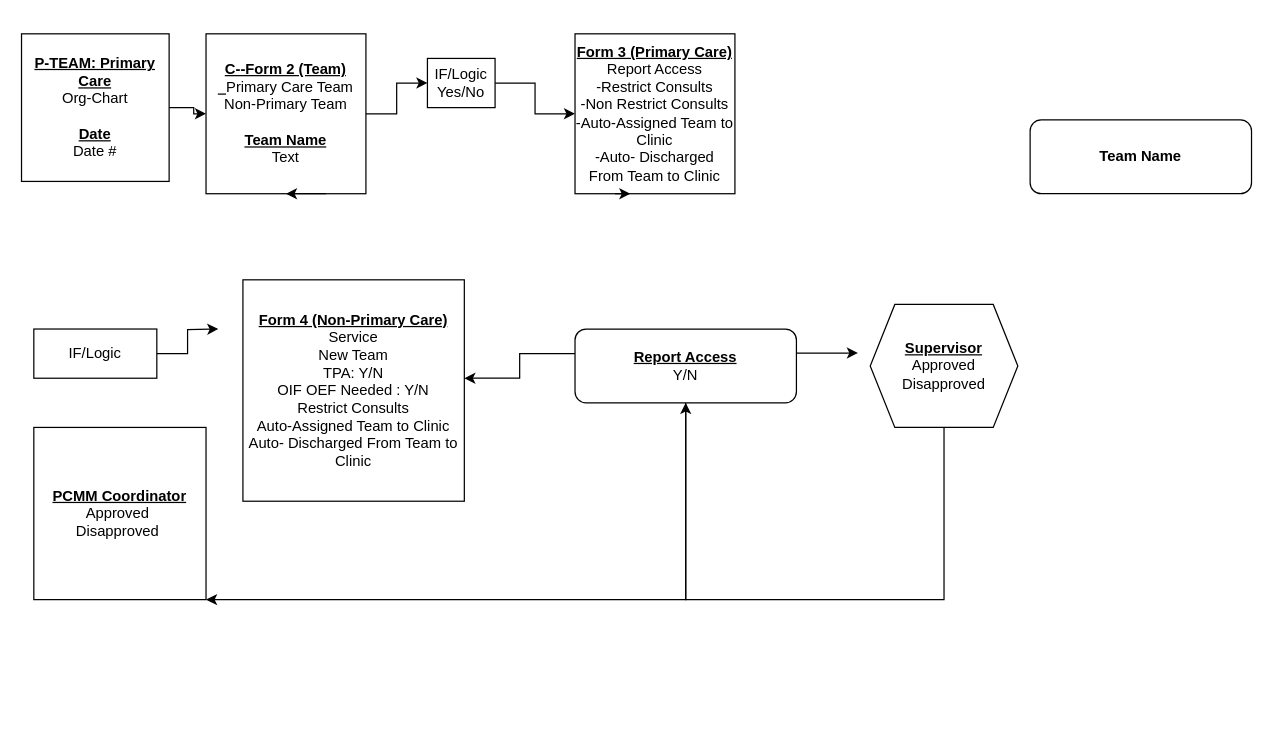
Earlier version of the draw.io diagram Copy of PCMM Basic LEAF DRAFT.drawio (Edward-Bailey1/PCMM). Source tidied: cells renumbered, new cells numbered last; positions are measured from the earlier drawing's top-left corner, leaving out a move shared by most shapes. Both pictures are drawn from the tidied source at 123%, with x=0, y=0 at pixel (21, 33).
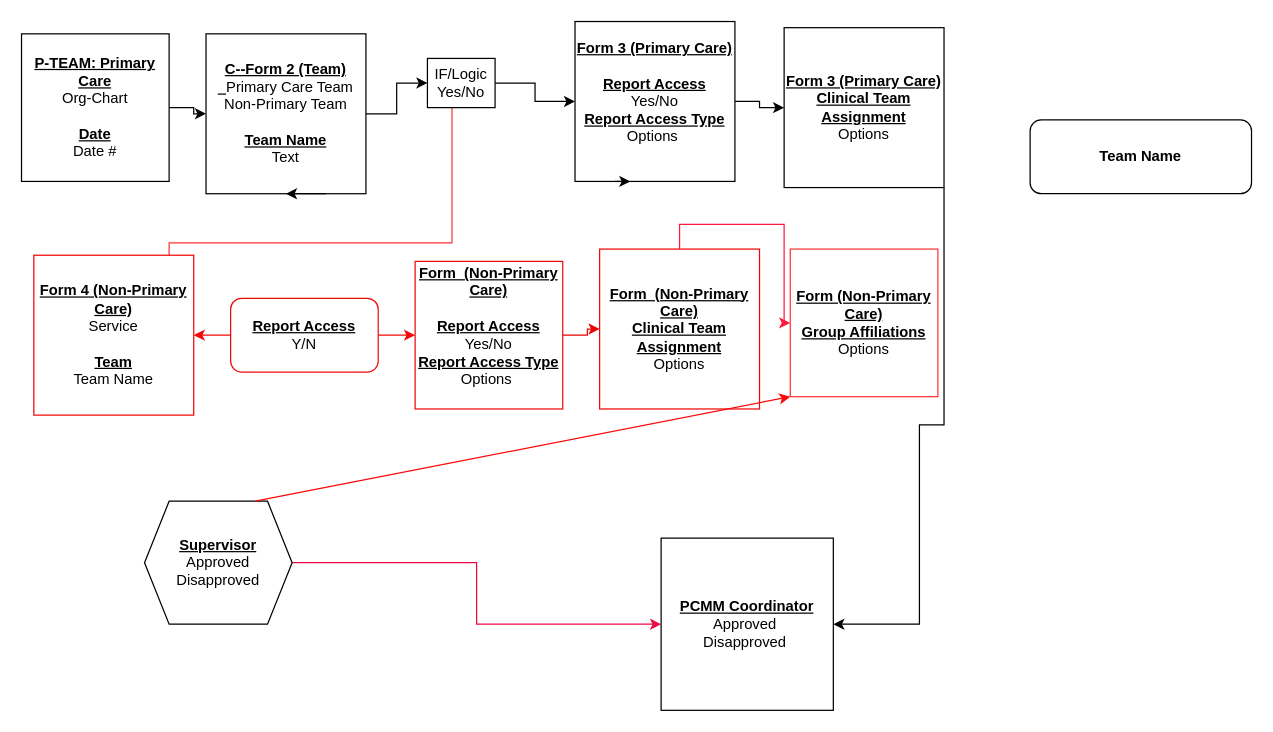
The same page after the edit.

Commit message:
Final Draft of PCMM Basic LEAF DRAFT.drawio

Change to the diagram source:
```diff
@@
+    <mxCell id="22" style="edgeStyle=orthogonalEdgeStyle;rounded=0;jettySize=auto;html=1;" parent="1" edge="1" source="6" target="26">
+      <mxGeometry relative="1" as="geometry" />
+    </mxCell>
-    <mxCell id="6" value="&lt;b style=&quot;text-decoration-line: underline;&quot;&gt;Form 3 (Primary Care)&lt;/b&gt;&lt;br&gt;Report Access&lt;br&gt;-Restrict Consults&lt;br&gt;-Non Restrict Consults&lt;br&gt;-Auto-Assigned Team to Clinic&lt;br&gt;-Auto- Discharged From Team to Clinic" style="whiteSpace=wrap;html=1;" parent="1" vertex="1">
-      <mxGeometry x="450" width="130" height="130" as="geometry" />
+    <mxCell id="6" value="&lt;b style=&quot;text-decoration-line: underline;&quot;&gt;Form 3 (Primary Care)&lt;br&gt;&lt;/b&gt;&lt;br&gt;&lt;b&gt;&lt;u&gt;Report Access&lt;/u&gt;&lt;/b&gt;&lt;br&gt;Yes/No&lt;br&gt;&lt;b style=&quot;text-decoration-line: underline;&quot;&gt;Report Access Type&lt;/b&gt;&lt;br&gt;Options&amp;nbsp;&lt;br&gt;&lt;u style=&quot;font-weight: bold;&quot;&gt;&lt;br&gt;&lt;/u&gt;" style="whiteSpace=wrap;html=1;" parent="1" vertex="1">
+      <mxGeometry x="450" y="-10" width="130" height="130" as="geometry" />
     </mxCell>
+    <mxCell id="23" style="edgeStyle=orthogonalEdgeStyle;rounded=0;orthogonalLoop=1;jettySize=auto;html=1;entryX=0.5;entryY=1;entryDx=0;entryDy=0;strokeColor=#FF3333;" parent="1" edge="1">
+      <mxGeometry relative="1" as="geometry">
+        <mxPoint x="120" y="180" as="sourcePoint" />
+        <mxPoint x="350" y="50" as="targetPoint" />
+        <Array as="points">
+          <mxPoint x="120" y="170" />
+          <mxPoint x="350" y="170" />
+        </Array>
+      </mxGeometry>
+    </mxCell>
-    <mxCell id="7" value="&lt;b style=&quot;text-decoration-line: underline;&quot;&gt;Form 4 (Non-Primary Care)&lt;br&gt;&lt;/b&gt;Service&lt;br&gt;New Team&lt;br&gt;TPA: Y/N&lt;br&gt;OIF OEF Needed : Y/N&lt;br&gt;Restrict Consults&lt;br&gt;Auto-Assigned Team to Clinic&lt;br style=&quot;border-color: var(--border-color);&quot;&gt;Auto- Discharged From Team to Clinic" style="whiteSpace=wrap;html=1;" parent="1" vertex="1">
-      <mxGeometry x="180" y="200" width="180" height="180" as="geometry" />
+    <mxCell id="7" value="&lt;b style=&quot;text-decoration-line: underline;&quot;&gt;Form 4 (Non-Primary Care)&lt;br&gt;&lt;/b&gt;Service&lt;br&gt;&lt;br&gt;&lt;b&gt;&lt;u&gt;Team&lt;/u&gt;&lt;/b&gt;&lt;br&gt;Team Name" style="whiteSpace=wrap;html=1;strokeColor=#f00505;" parent="1" vertex="1">
+      <mxGeometry x="10" y="180" width="130" height="130" as="geometry" />
     </mxCell>
-    <mxCell id="8" style="edgeStyle=orthogonalEdgeStyle;rounded=0;jettySize=auto;html=1;" parent="1" edge="1" source="9">
-      <mxGeometry relative="1" as="geometry">
-        <mxPoint x="160" y="240" as="targetPoint" />
-      </mxGeometry>
-    </mxCell>
-    <mxCell id="9" value="IF/Logic" style="rounded=0;whiteSpace=wrap;html=1;" parent="1" vertex="1">
-      <mxGeometry x="10" y="240" width="100" height="40" as="geometry" />
-    </mxCell>
-    <mxCell id="10" style="edgeStyle=orthogonalEdgeStyle;rounded=0;jettySize=auto;html=1;" parent="1" edge="1" source="21" target="7">
-      <mxGeometry relative="1" as="geometry">
-        <Array as="points">
-          <mxPoint x="405" y="260" />
-          <mxPoint x="405" y="280" />
-        </Array>
-      </mxGeometry>
-    </mxCell>
-    <mxCell id="11" style="edgeStyle=none;orthogonalLoop=1;jettySize=auto;html=1;rounded=0;" parent="1" edge="1">
-      <mxGeometry relative="1" as="geometry">
-        <mxPoint x="630" y="259.5" as="sourcePoint" />
-        <mxPoint x="680" y="259.5" as="targetPoint" />
-      </mxGeometry>
-    </mxCell>
-    <mxCell id="12" style="edgeStyle=orthogonalEdgeStyle;rounded=0;jettySize=auto;html=1;" parent="1" edge="1" source="21" target="14">
-      <mxGeometry relative="1" as="geometry">
-        <Array as="points">
-          <mxPoint x="100" y="460" />
-        </Array>
-      </mxGeometry>
-    </mxCell>
-    <mxCell id="13" value="&lt;u style=&quot;font-weight: bold;&quot;&gt;Supervisor&lt;/u&gt;&lt;br&gt;Approved&lt;br&gt;Disapproved" style="shape=hexagon;perimeter=hexagonPerimeter2;whiteSpace=wrap;html=1;fixedSize=1;" parent="1" vertex="1">
-      <mxGeometry x="690" y="220" width="120" height="100" as="geometry" />
-    </mxCell>
     <mxCell id="14" value="&lt;b style=&quot;text-decoration-line: underline;&quot;&gt;PCMM Coordinator&lt;/b&gt;&lt;br&gt;Approved&amp;nbsp;&lt;br&gt;Disapproved&amp;nbsp;" style="whiteSpace=wrap;html=1;" parent="1" vertex="1">
-      <mxGeometry x="10" y="320" width="140" height="140" as="geometry" />
+      <mxGeometry x="520" y="410" width="140" height="140" as="geometry" />
     </mxCell>
@@
-    <mxCell id="20" style="edgeStyle=orthogonalEdgeStyle;rounded=0;jettySize=auto;html=1;" parent="1" edge="1" source="13" target="21">
-      <mxGeometry relative="1" as="geometry">
-        <Array as="points">
-          <mxPoint x="750" y="460" />
-        </Array>
-      </mxGeometry>
-    </mxCell>
+    <mxCell id="10" style="edgeStyle=orthogonalEdgeStyle;rounded=0;jettySize=auto;html=1;strokeColor=#f20707;" parent="1" edge="1" source="21" target="7">
+      <mxGeometry relative="1" as="geometry" />
+    </mxCell>
+    <mxCell id="24" style="edgeStyle=orthogonalEdgeStyle;rounded=0;jettySize=auto;html=1;strokeColor=#f20707;" parent="1" edge="1" source="21" target="28">
+      <mxGeometry relative="1" as="geometry" />
+    </mxCell>
-    <mxCell id="21" value="&lt;b style=&quot;text-decoration-line: underline;&quot;&gt;Report Access&lt;/b&gt;&lt;br&gt;Y/N" style="rounded=1;whiteSpace=wrap;html=1;" parent="1" vertex="1">
-      <mxGeometry x="450" y="240" width="180" height="60" as="geometry" />
+    <mxCell id="21" value="&lt;b style=&quot;text-decoration-line: underline;&quot;&gt;Report Access&lt;/b&gt;&lt;br&gt;Y/N" style="rounded=1;whiteSpace=wrap;html=1;strokeColor=#ed0c0c;" parent="1" vertex="1">
+      <mxGeometry x="170" y="215" width="120" height="60" as="geometry" />
     </mxCell>
+    <mxCell id="25" style="edgeStyle=orthogonalEdgeStyle;rounded=0;jettySize=auto;html=1;exitX=1;exitY=1;exitDx=0;exitDy=0;" parent="1" edge="1" source="26" target="14">
+      <mxGeometry relative="1" as="geometry">
+        <Array as="points">
+          <mxPoint x="750" y="318" />
+          <mxPoint x="730" y="318" />
+          <mxPoint x="730" y="480" />
+        </Array>
+      </mxGeometry>
+    </mxCell>
+    <mxCell id="26" value="&lt;b style=&quot;text-decoration-line: underline;&quot;&gt;Form 3 (Primary Care)&lt;/b&gt;&lt;br&gt;&lt;b&gt;&lt;u&gt;Clinical Team Assignment&lt;/u&gt;&lt;/b&gt;&lt;br&gt;Options&lt;br&gt;" style="whiteSpace=wrap;html=1;" parent="1" vertex="1">
+      <mxGeometry x="620" y="-5" width="130" height="130" as="geometry" />
+    </mxCell>
+    <mxCell id="27" style="edgeStyle=orthogonalEdgeStyle;rounded=0;jettySize=auto;html=1;strokeColor=#e90101;" parent="1" edge="1" source="28" target="30">
+      <mxGeometry relative="1" as="geometry" />
+    </mxCell>
+    <mxCell id="28" value="&lt;b style=&quot;text-decoration-line: underline;&quot;&gt;Form&amp;nbsp; (Non-Primary Care)&lt;br&gt;&lt;/b&gt;&lt;br&gt;&lt;b&gt;&lt;u&gt;Report Access&lt;/u&gt;&lt;/b&gt;&lt;br&gt;Yes/No&lt;br&gt;&lt;b style=&quot;text-decoration-line: underline;&quot;&gt;Report Access Type&lt;/b&gt;&lt;br&gt;Options&amp;nbsp;&lt;br&gt;&lt;u style=&quot;font-weight: bold;&quot;&gt;&lt;br&gt;&lt;/u&gt;" style="whiteSpace=wrap;html=1;strokeColor=#f10909;" parent="1" vertex="1">
+      <mxGeometry x="320" y="185" width="120" height="120" as="geometry" />
+    </mxCell>
+    <mxCell id="29" style="edgeStyle=orthogonalEdgeStyle;rounded=0;jettySize=auto;html=1;strokeColor=#FF1940;" parent="1" edge="1" source="30" target="31">
+      <mxGeometry relative="1" as="geometry">
+        <Array as="points">
+          <mxPoint x="535" y="155" />
+          <mxPoint x="620" y="155" />
+        </Array>
+      </mxGeometry>
+    </mxCell>
+    <mxCell id="30" value="&lt;b style=&quot;text-decoration-line: underline;&quot;&gt;Form&amp;nbsp; (Non-Primary Care)&lt;/b&gt;&lt;br&gt;&lt;b&gt;&lt;u&gt;Clinical Team Assignment&lt;/u&gt;&lt;/b&gt;&lt;br&gt;Options" style="whiteSpace=wrap;html=1;strokeColor=#f50505;" parent="1" vertex="1">
+      <mxGeometry x="470" y="175" width="130" height="130" as="geometry" />
+    </mxCell>
+    <mxCell id="31" value="&lt;b style=&quot;text-decoration-line: underline;&quot;&gt;Form (Non-Primary Care)&lt;/b&gt;&lt;br&gt;&lt;u style=&quot;&quot;&gt;&lt;b&gt;Group Affiliations&lt;/b&gt;&lt;br&gt;&lt;/u&gt;Options" style="whiteSpace=wrap;html=1;strokeColor=#FF3333;" parent="1" vertex="1">
+      <mxGeometry x="625" y="175" width="120" height="120" as="geometry" />
+    </mxCell>
+    <mxCell id="32" style="edgeStyle=orthogonalEdgeStyle;rounded=0;orthogonalLoop=1;jettySize=auto;html=1;exitX=0.5;exitY=1;exitDx=0;exitDy=0;" parent="1" edge="1" source="7" target="7">
+      <mxGeometry relative="1" as="geometry" />
+    </mxCell>
+    <mxCell id="33" style="edgeStyle=orthogonalEdgeStyle;rounded=0;orthogonalLoop=1;jettySize=auto;html=1;exitX=0.5;exitY=1;exitDx=0;exitDy=0;" parent="1" edge="1" source="28" target="28">
+      <mxGeometry relative="1" as="geometry" />
+    </mxCell>
+    <mxCell id="34" style="edgeStyle=orthogonalEdgeStyle;rounded=0;jettySize=auto;html=1;strokeColor=#ec0941;" parent="1" edge="1" source="13" target="14">
+      <mxGeometry relative="1" as="geometry" />
+    </mxCell>
+    <mxCell id="13" value="&lt;u style=&quot;font-weight: bold;&quot;&gt;Supervisor&lt;/u&gt;&lt;br&gt;Approved&lt;br&gt;Disapproved" style="shape=hexagon;perimeter=hexagonPerimeter2;whiteSpace=wrap;html=1;fixedSize=1;" parent="1" vertex="1">
+      <mxGeometry x="100" y="380" width="120" height="100" as="geometry" />
+    </mxCell>
+    <mxCell id="35" style="endArrow=classic;html=1;rounded=0;entryX=0;entryY=1;entryDx=0;entryDy=0;strokeColor=#fb0909;" parent="1" edge="1" target="31">
+      <mxGeometry relative="1" as="geometry">
+        <mxPoint x="190" y="380" as="sourcePoint" />
+      </mxGeometry>
+    </mxCell>
```
